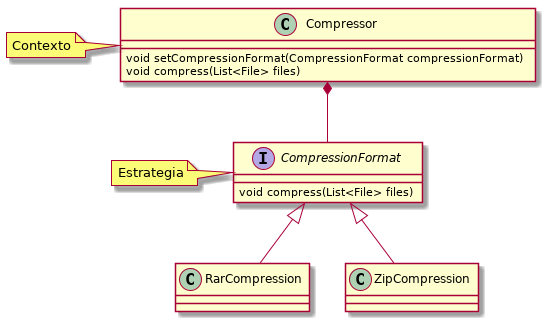
Earlier version of the PlantUML export plantuml/behavioral/strategy.png (sauljabin/java-design-patterns). Source of this version:
```plantuml
@startuml

interface CompressionFormat {
    void compress(List<File> files)
}

class Compressor {
	void setCompressionFormat(CompressionFormat compressionFormat)
	void compress(List<File> files)
}

RarCompression -u-|> CompressionFormat
ZipCompression -u-|> CompressionFormat

Compressor *-d- CompressionFormat

note "Estrategia" as NoteEstrategia
CompressionFormat ..l.. NoteEstrategia

note "Contexto" as NoteContexto
Compressor ..l.. NoteContexto

@enduml
```
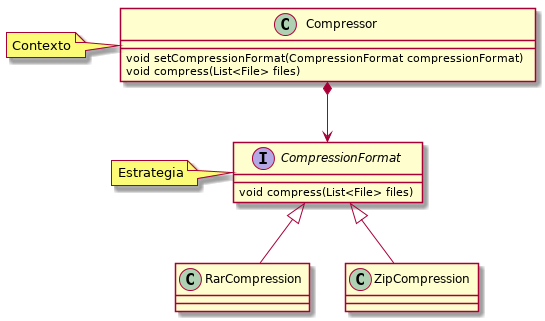
The same file after the commit.

The edit, as a diff of the source:
```diff
@@ -12,7 +12,7 @@
 RarCompression -u-|> CompressionFormat
 ZipCompression -u-|> CompressionFormat
 
-Compressor *-d- CompressionFormat
+Compressor *-d-> CompressionFormat
 
 note "Estrategia" as NoteEstrategia
 CompressionFormat ..l.. NoteEstrategia
```
